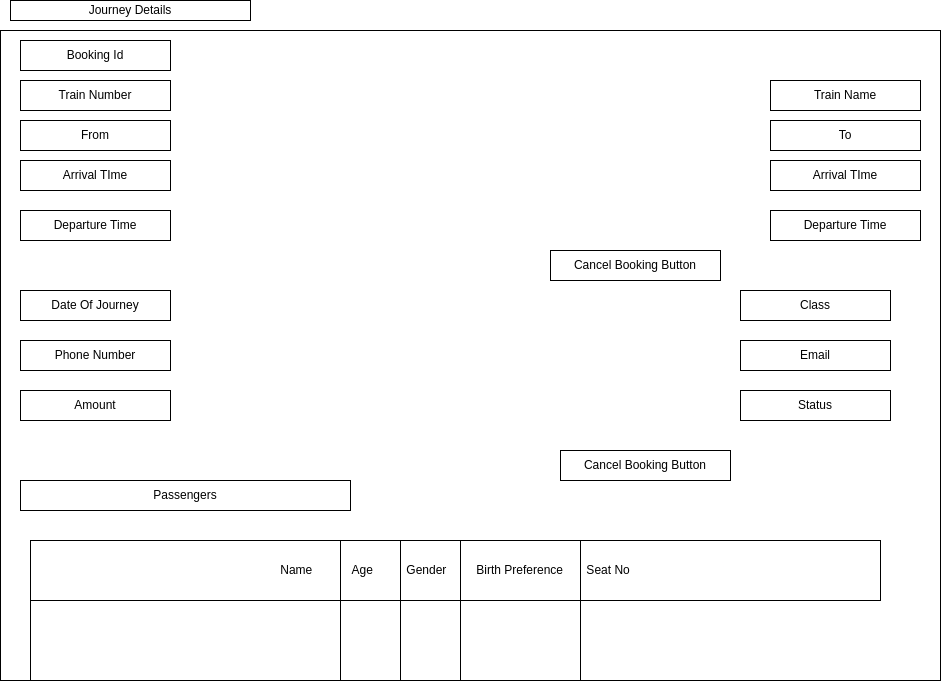
The draw.io diagram TicketAfterBooking.drawio.png in cdac-project-2025/project-diagrams, before a commit. Source tidied: cells renumbered, new cells last; positions are measured from the earlier drawing's top-left corner, leaving out a move shared by most shapes. The source it was exported from:
```xml
<mxGraphModel>
  <root>
    <mxCell id="0" />
    <mxCell id="1" parent="0" />
    <mxCell id="2" style="rounded=0;whiteSpace=wrap;html=1;" parent="1" vertex="1">
      <mxGeometry y="30" width="940" height="650" as="geometry" />
    </mxCell>
    <mxCell id="3" value="Journey Details" style="rounded=0;whiteSpace=wrap;html=1;" parent="1" vertex="1">
      <mxGeometry x="10" width="240" height="20" as="geometry" />
    </mxCell>
    <mxCell id="4" value="Booking Id" style="rounded=0;whiteSpace=wrap;html=1;" parent="1" vertex="1">
      <mxGeometry x="20" y="40" width="150" height="30" as="geometry" />
    </mxCell>
    <mxCell id="5" value="Train Number" style="rounded=0;whiteSpace=wrap;html=1;" parent="1" vertex="1">
      <mxGeometry x="20" y="80" width="150" height="30" as="geometry" />
    </mxCell>
    <mxCell id="6" value="From&lt;span style=&quot;color: rgba(0, 0, 0, 0); font-family: monospace; font-size: 0px; text-align: start; text-wrap: nowrap;&quot;&gt;%3CmxGraphModel%3E%3Croot%3E%3CmxCell%20id%3D%220%22%2F%3E%3CmxCell%20id%3D%221%22%20parent%3D%220%22%2F%3E%3CmxCell%20id%3D%222%22%20value%3D%22Train%20Number%22%20style%3D%22rounded%3D0%3BwhiteSpace%3Dwrap%3Bhtml%3D1%3B%22%20vertex%3D%221%22%20parent%3D%221%22%3E%3CmxGeometry%20x%3D%2250%22%20y%3D%2290%22%20width%3D%22150%22%20height%3D%2230%22%20as%3D%22geometry%22%2F%3E%3C%2FmxCell%3E%3C%2Froot%3E%3C%2FmxGraphModel%3E&lt;/span&gt;" style="rounded=0;whiteSpace=wrap;html=1;" parent="1" vertex="1">
      <mxGeometry x="20" y="120" width="150" height="30" as="geometry" />
    </mxCell>
    <mxCell id="7" value="Arrival TIme" style="rounded=0;whiteSpace=wrap;html=1;" parent="1" vertex="1">
      <mxGeometry x="20" y="160" width="150" height="30" as="geometry" />
    </mxCell>
    <mxCell id="8" value="Departure Time" style="rounded=0;whiteSpace=wrap;html=1;" parent="1" vertex="1">
      <mxGeometry x="20" y="210" width="150" height="30" as="geometry" />
    </mxCell>
    <mxCell id="9" value="Date Of Journey" style="rounded=0;whiteSpace=wrap;html=1;" parent="1" vertex="1">
      <mxGeometry x="20" y="290" width="150" height="30" as="geometry" />
    </mxCell>
    <mxCell id="10" value="Phone Number" style="rounded=0;whiteSpace=wrap;html=1;" parent="1" vertex="1">
      <mxGeometry x="20" y="340" width="150" height="30" as="geometry" />
    </mxCell>
    <mxCell id="11" value="Amount" style="rounded=0;whiteSpace=wrap;html=1;" parent="1" vertex="1">
      <mxGeometry x="20" y="390" width="150" height="30" as="geometry" />
    </mxCell>
    <mxCell id="12" value="Passengers" style="rounded=0;whiteSpace=wrap;html=1;" parent="1" vertex="1">
      <mxGeometry x="20" y="480" width="330" height="30" as="geometry" />
    </mxCell>
    <mxCell id="13" value="Name&amp;nbsp; &amp;nbsp; &amp;nbsp; &amp;nbsp; &amp;nbsp; &amp;nbsp; Age&amp;nbsp; &amp;nbsp; &amp;nbsp; &amp;nbsp; &amp;nbsp; Gender&amp;nbsp; &amp;nbsp; &amp;nbsp; &amp;nbsp; &amp;nbsp;Birth Preference&amp;nbsp; &amp;nbsp; &amp;nbsp; &amp;nbsp;Seat No" style="rounded=0;whiteSpace=wrap;html=1;" parent="1" vertex="1">
      <mxGeometry x="30" y="540" width="850" height="60" as="geometry" />
    </mxCell>
    <mxCell id="14" style="shape=partialRectangle;whiteSpace=wrap;html=1;top=0;bottom=0;fillColor=none;" parent="1" vertex="1">
      <mxGeometry x="30" y="540" width="310" height="140" as="geometry" />
    </mxCell>
    <mxCell id="15" style="shape=partialRectangle;whiteSpace=wrap;html=1;top=0;bottom=0;fillColor=none;" parent="1" vertex="1">
      <mxGeometry x="340" y="540" width="60" height="140" as="geometry" />
    </mxCell>
    <mxCell id="16" style="shape=partialRectangle;whiteSpace=wrap;html=1;top=0;bottom=0;fillColor=none;" parent="1" vertex="1">
      <mxGeometry x="400" y="540" width="60" height="140" as="geometry" />
    </mxCell>
    <mxCell id="17" style="shape=partialRectangle;whiteSpace=wrap;html=1;top=0;bottom=0;fillColor=none;" parent="1" vertex="1">
      <mxGeometry x="460" y="540" width="120" height="140" as="geometry" />
    </mxCell>
    <mxCell id="18" style="shape=partialRectangle;whiteSpace=wrap;html=1;top=0;bottom=0;fillColor=none;" parent="1" vertex="1">
      <mxGeometry x="580" y="540" width="360" height="140" as="geometry" />
    </mxCell>
    <mxCell id="19" value="Train Name" style="rounded=0;whiteSpace=wrap;html=1;" parent="1" vertex="1">
      <mxGeometry x="770" y="80" width="150" height="30" as="geometry" />
    </mxCell>
    <mxCell id="20" value="To" style="rounded=0;whiteSpace=wrap;html=1;" parent="1" vertex="1">
      <mxGeometry x="770" y="120" width="150" height="30" as="geometry" />
    </mxCell>
    <mxCell id="21" value="Arrival TIme" style="rounded=0;whiteSpace=wrap;html=1;" parent="1" vertex="1">
      <mxGeometry x="770" y="160" width="150" height="30" as="geometry" />
    </mxCell>
    <mxCell id="22" value="Departure Time" style="rounded=0;whiteSpace=wrap;html=1;" parent="1" vertex="1">
      <mxGeometry x="770" y="210" width="150" height="30" as="geometry" />
    </mxCell>
    <mxCell id="23" value="Class" style="rounded=0;whiteSpace=wrap;html=1;" parent="1" vertex="1">
      <mxGeometry x="740" y="290" width="150" height="30" as="geometry" />
    </mxCell>
    <mxCell id="24" value="Email" style="rounded=0;whiteSpace=wrap;html=1;" parent="1" vertex="1">
      <mxGeometry x="740" y="340" width="150" height="30" as="geometry" />
    </mxCell>
    <mxCell id="25" value="Status" style="rounded=0;whiteSpace=wrap;html=1;" parent="1" vertex="1">
      <mxGeometry x="740" y="390" width="150" height="30" as="geometry" />
    </mxCell>
    <mxCell id="26" value="Cancel Booking Button" style="rounded=0;whiteSpace=wrap;html=1;" parent="1" vertex="1">
      <mxGeometry x="550" y="250" width="170" height="30" as="geometry" />
    </mxCell>
    <mxCell id="27" value="Cancel Booking Button" style="rounded=0;whiteSpace=wrap;html=1;" parent="1" vertex="1">
      <mxGeometry x="560" y="450" width="170" height="30" as="geometry" />
    </mxCell>
  </root>
</mxGraphModel>
```
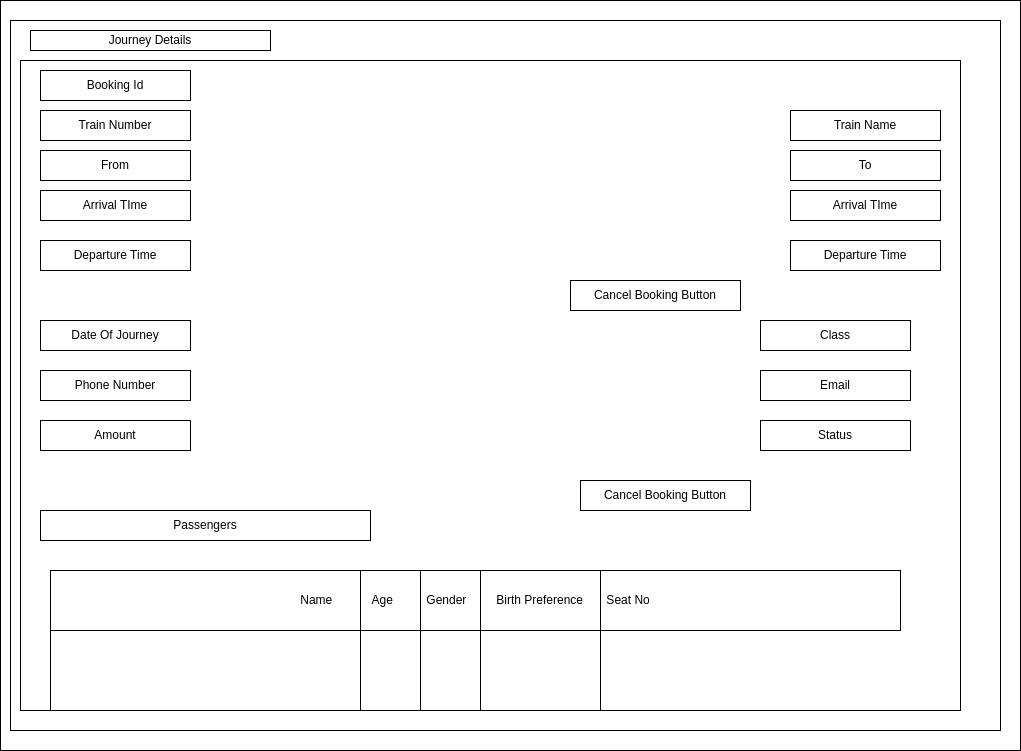
Later version of the same file.

What changed in the source:
```diff
@@ -2,6 +2,12 @@
   <root>
     <mxCell id="0" />
     <mxCell id="1" parent="0" />
+    <mxCell id="28" style="rounded=0;whiteSpace=wrap;html=1;" parent="1" vertex="1">
+      <mxGeometry x="-20" y="-30" width="1020" height="750" as="geometry" />
+    </mxCell>
+    <mxCell id="29" style="rounded=0;whiteSpace=wrap;html=1;" parent="1" vertex="1">
+      <mxGeometry x="-10" y="-10" width="990" height="710" as="geometry" />
+    </mxCell>
     <mxCell id="2" style="rounded=0;whiteSpace=wrap;html=1;" parent="1" vertex="1">
       <mxGeometry y="30" width="940" height="650" as="geometry" />
     </mxCell>
```
